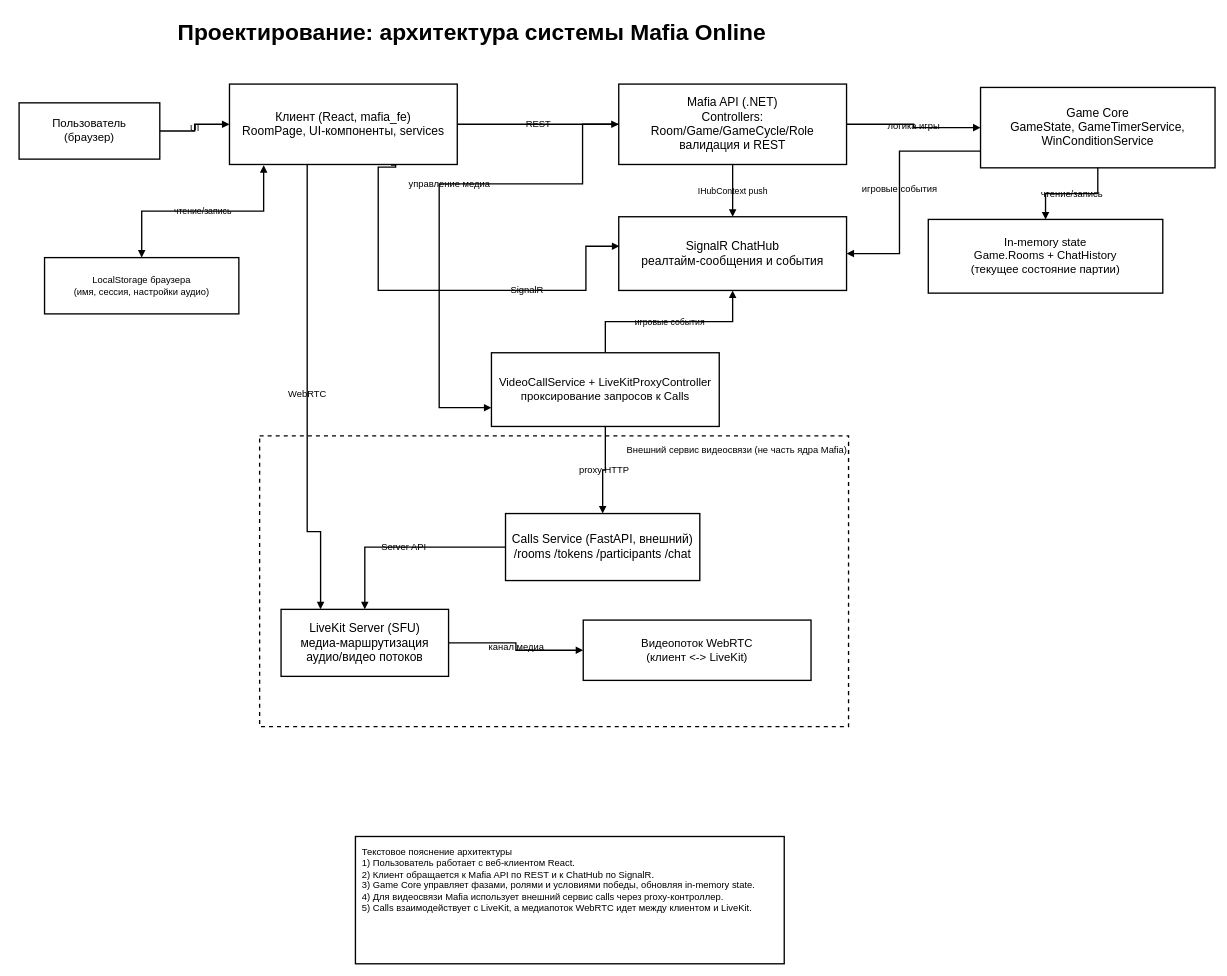
This is page "6. Архитектура" (2 of 5) of docs/diploma_schemes.drawio from Antongo22/MafiaOnline, a draw.io file, before an edit. Source tidied: cells renumbered, new cells numbered last; positions are measured from the earlier drawing's top-left corner, leaving out a move shared by most shapes. Both pictures are drawn from the tidied source at 67%, with x=0, y=0 at pixel (19, 11).
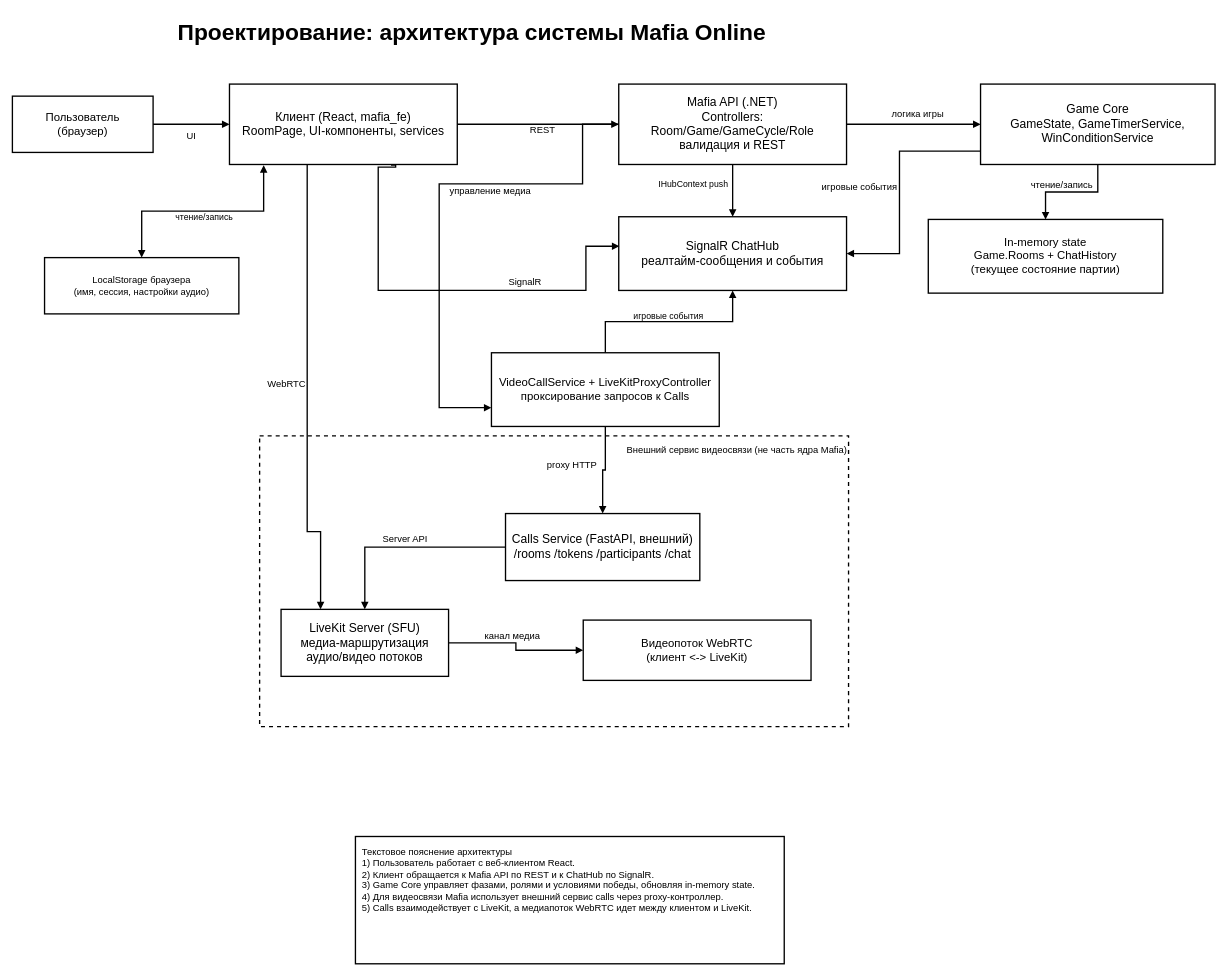
The same diagram, later.

The change refers to these unchanged cells:
```xml
<mxCell id="4" value="Клиент (React, mafia_fe)&#10;RoomPage, UI-компоненты, services" style="rounded=0;whiteSpace=wrap;html=1;fillColor=none;strokeWidth=2;fontSize=18;align=center;verticalAlign=middle;labelBackgroundColor=none;" parent="1" vertex="1">
  <mxGeometry x="314" y="108" width="340" height="120" as="geometry" />
</mxCell>
<mxCell id="5" value="LocalStorage браузера&#10;(имя, сессия, настройки аудио)" style="rounded=0;whiteSpace=wrap;html=1;fillColor=none;strokeWidth=2;fontSize=14;align=center;verticalAlign=middle;labelBackgroundColor=none;" parent="1" vertex="1">
  <mxGeometry x="38" y="367" width="290" height="84" as="geometry" />
</mxCell>
<mxCell id="6" value="Mafia API (.NET)&#10;Controllers: Room/Game/GameCycle/Role&#10;валидация и REST" style="rounded=0;whiteSpace=wrap;html=1;fillColor=none;strokeWidth=2;fontSize=18;align=center;verticalAlign=middle;labelBackgroundColor=none;" parent="1" vertex="1">
  <mxGeometry x="895" y="108" width="340" height="120" as="geometry" />
</mxCell>
<mxCell id="8" value="In-memory state&#10;Game.Rooms + ChatHistory&#10;(текущее состояние партии)" style="rounded=0;whiteSpace=wrap;html=1;fillColor=none;strokeWidth=2;fontSize=17;align=center;verticalAlign=middle;labelBackgroundColor=none;" parent="1" vertex="1">
  <mxGeometry x="1357" y="310" width="350" height="110" as="geometry" />
</mxCell>
<mxCell id="9" value="SignalR ChatHub&#10;реалтайм-сообщения и события" style="rounded=0;whiteSpace=wrap;html=1;fillColor=none;strokeWidth=2;fontSize=18;align=center;verticalAlign=middle;labelBackgroundColor=none;" parent="1" vertex="1">
  <mxGeometry x="895" y="306" width="340" height="110" as="geometry" />
</mxCell>
<mxCell id="10" value="VideoCallService + LiveKitProxyController&#10;проксирование запросов к Calls" style="rounded=0;whiteSpace=wrap;html=1;fillColor=none;strokeWidth=2;fontSize=17;align=center;verticalAlign=middle;labelBackgroundColor=none;" parent="1" vertex="1">
  <mxGeometry x="705" y="509" width="340" height="110" as="geometry" />
</mxCell>
<mxCell id="12" value="Calls Service (FastAPI, внешний)&#10;/rooms /tokens /participants /chat" style="rounded=0;whiteSpace=wrap;html=1;fillColor=none;strokeWidth=2;fontSize=18;align=center;verticalAlign=middle;labelBackgroundColor=none;" parent="1" vertex="1">
  <mxGeometry x="726" y="749" width="290" height="100" as="geometry" />
</mxCell>
<mxCell id="13" value="LiveKit Server (SFU)&#10;медиа-маршрутизация&#10;аудио/видео потоков" style="rounded=0;whiteSpace=wrap;html=1;fillColor=none;strokeWidth=2;fontSize=18;align=center;verticalAlign=middle;labelBackgroundColor=none;" parent="1" vertex="1">
  <mxGeometry x="391" y="892" width="250" height="100" as="geometry" />
</mxCell>
<mxCell id="14" value="Видеопоток WebRTC&#10;(клиент &lt;-&gt; LiveKit)" style="rounded=0;whiteSpace=wrap;html=1;fillColor=none;strokeWidth=2;fontSize=17;align=center;verticalAlign=middle;labelBackgroundColor=none;" parent="1" vertex="1">
  <mxGeometry x="842" y="908" width="340" height="90" as="geometry" />
</mxCell>
```

The edit, as a diff of the source:
```diff
@@
     <mxCell id="3" value="Пользователь&#10;(браузер)" style="rounded=0;whiteSpace=wrap;html=1;fillColor=none;strokeWidth=2;fontSize=17;align=center;verticalAlign=middle;labelBackgroundColor=none;" parent="1" vertex="1">
-      <mxGeometry y="136" width="210" height="84" as="geometry" />
+      <mxGeometry x="-10" y="126" width="210" height="84" as="geometry" />
     </mxCell>
@@
     <mxCell id="7" value="Game Core&#10;GameState, GameTimerService,&#10;WinConditionService" style="rounded=0;whiteSpace=wrap;html=1;fillColor=none;strokeWidth=2;fontSize=18;align=center;verticalAlign=middle;labelBackgroundColor=none;" parent="1" vertex="1">
-      <mxGeometry x="1435" y="113" width="350" height="120" as="geometry" />
+      <mxGeometry x="1435" y="108" width="350" height="120" as="geometry" />
     </mxCell>
@@
     <mxCell id="16" value="REST" style="edgeStyle=orthogonalEdgeStyle;rounded=0;jettySize=auto;html=1;endArrow=block;endFill=1;strokeWidth=2;fontSize=14;labelBackgroundColor=none;fontColor=default;" parent="1" edge="1" source="4" target="6">
-      <mxGeometry relative="1" as="geometry" />
+      <mxGeometry x="0.05" y="-8" relative="1" as="geometry" />
     </mxCell>
     <mxCell id="17" value="SignalR" style="edgeStyle=orthogonalEdgeStyle;rounded=0;jettySize=auto;html=1;endArrow=block;endFill=1;strokeWidth=2;fontSize=14;exitX=0.709;exitY=1.008;exitDx=0;exitDy=0;exitPerimeter=0;entryX=0.003;entryY=0.4;entryDx=0;entryDy=0;entryPerimeter=0;labelBackgroundColor=none;fontColor=default;" parent="1" edge="1" source="4" target="9">
-      <mxGeometry x="0.37" relative="1" as="geometry">
+      <mxGeometry x="0.36" y="13" relative="1" as="geometry">
         <Array as="points">
           <mxPoint x="562" y="229" />
           <mxPoint x="562" y="232" />
           <mxPoint x="536" y="232" />
           <mxPoint x="536" y="416" />
           <mxPoint x="846" y="416" />
           <mxPoint x="846" y="350" />
         </Array>
       </mxGeometry>
     </mxCell>
     <mxCell id="18" value="логика игры" style="edgeStyle=orthogonalEdgeStyle;rounded=0;jettySize=auto;html=1;endArrow=block;endFill=1;strokeWidth=2;fontSize=14;labelBackgroundColor=none;fontColor=default;" parent="1" edge="1" source="6" target="7">
-      <mxGeometry relative="1" as="geometry" />
+      <mxGeometry x="0.06" y="16" relative="1" as="geometry" />
     </mxCell>
     <mxCell id="19" value="чтение/запись" style="edgeStyle=orthogonalEdgeStyle;rounded=0;jettySize=auto;html=1;endArrow=block;endFill=1;strokeWidth=2;fontSize=14;labelBackgroundColor=none;fontColor=default;" parent="1" edge="1" source="7" target="8">
-      <mxGeometry relative="1" as="geometry" />
+      <mxGeometry x="0.19" y="-11" relative="1" as="geometry" />
     </mxCell>
     <mxCell id="20" value="игровые события" style="edgeStyle=orthogonalEdgeStyle;rounded=0;jettySize=auto;html=1;endArrow=block;endFill=1;strokeWidth=2;fontSize=14;labelBackgroundColor=none;fontColor=default;" parent="1" edge="1" source="7" target="9">
-      <mxGeometry relative="1" as="geometry">
+      <mxGeometry x="-0.01" y="-60" relative="1" as="geometry">
         <Array as="points">
           <mxPoint x="1314" y="208" />
           <mxPoint x="1314" y="361" />
         </Array>
       </mxGeometry>
     </mxCell>
     <mxCell id="21" value="управление медиа" style="edgeStyle=orthogonalEdgeStyle;rounded=0;jettySize=auto;html=1;endArrow=block;endFill=1;strokeWidth=2;fontSize=14;labelBackgroundColor=none;fontColor=default;" parent="1" edge="1" source="6" target="10">
-      <mxGeometry x="-0.11" relative="1" as="geometry">
+      <mxGeometry x="-0.27" y="11" relative="1" as="geometry">
         <Array as="points">
           <mxPoint x="841" y="168" />
           <mxPoint x="841" y="257" />
           <mxPoint x="627" y="257" />
           <mxPoint x="627" y="591" />
         </Array>
       </mxGeometry>
     </mxCell>
     <mxCell id="22" value="proxy HTTP" style="edgeStyle=orthogonalEdgeStyle;rounded=0;jettySize=auto;html=1;endArrow=block;endFill=1;strokeWidth=2;fontSize=14;labelBackgroundColor=none;fontColor=default;" parent="1" edge="1" source="10" target="12">
-      <mxGeometry relative="1" as="geometry" />
+      <mxGeometry x="0.03" y="-47" relative="1" as="geometry">
+        <mxPoint x="1" y="-7" as="offset" />
+      </mxGeometry>
     </mxCell>
     <mxCell id="23" value="Server API" style="edgeStyle=orthogonalEdgeStyle;rounded=0;jettySize=auto;html=1;endArrow=block;endFill=1;strokeWidth=2;fontSize=14;labelBackgroundColor=none;fontColor=default;" parent="1" edge="1" source="12" target="13">
-      <mxGeometry relative="1" as="geometry" />
+      <mxGeometry x="-0.01" y="-12" relative="1" as="geometry" />
     </mxCell>
     <mxCell id="24" value="WebRTC" style="edgeStyle=orthogonalEdgeStyle;rounded=0;jettySize=auto;html=1;endArrow=block;endFill=1;strokeWidth=2;fontSize=14;labelBackgroundColor=none;fontColor=default;" parent="1" edge="1" source="4" target="13">
-      <mxGeometry relative="1" as="geometry">
+      <mxGeometry x="-0.04" y="-31" relative="1" as="geometry">
         <Array as="points">
           <mxPoint x="430" y="776" />
           <mxPoint x="450" y="776" />
         </Array>
       </mxGeometry>
     </mxCell>
-    <mxCell id="25" value="канал медиа" style="edgeStyle=orthogonalEdgeStyle;rounded=0;jettySize=auto;html=1;endArrow=block;endFill=1;strokeWidth=2;fontSize=14;labelBackgroundColor=none;fontColor=default;" parent="1" edge="1" source="13" target="14">
-      <mxGeometry relative="1" as="geometry" />
+    <mxCell id="25" value="канал медиа" style="edgeStyle=orthogonalEdgeStyle;rounded=0;jettySize=auto;html=1;endArrow=block;endFill=1;strokeWidth=2;fontSize=14;labelBackgroundColor=none;fontColor=default;curved=0;" parent="1" edge="1" source="13" target="14">
+      <mxGeometry x="-0.1" y="10" relative="1" as="geometry" />
     </mxCell>
     <mxCell id="26" value="UI" style="edgeStyle=orthogonalEdgeStyle;rounded=0;jettySize=auto;html=1;endArrow=block;endFill=1;strokeWidth=2;fontSize=14;labelBackgroundColor=none;fontColor=default;" parent="1" edge="1" source="3" target="4">
-      <mxGeometry relative="1" as="geometry" />
+      <mxGeometry y="-17" relative="1" as="geometry" />
     </mxCell>
     <mxCell id="27" value="чтение/запись" style="edgeStyle=orthogonalEdgeStyle;rounded=0;jettySize=auto;html=1;endArrow=block;startArrow=block;startFill=1;endFill=1;strokeWidth=2;fontSize=13;exitX=0.15;exitY=1.008;exitDx=0;exitDy=0;exitPerimeter=0;labelBackgroundColor=none;fontColor=default;" parent="1" edge="1" source="4" target="5">
-      <mxGeometry relative="1" as="geometry" />
+      <mxGeometry x="-0.01" y="9" relative="1" as="geometry" />
     </mxCell>
     <mxCell id="28" value="IHubContext push" style="edgeStyle=orthogonalEdgeStyle;rounded=0;jettySize=auto;html=1;endArrow=block;endFill=1;strokeWidth=2;fontSize=13;labelBackgroundColor=none;fontColor=default;" parent="1" edge="1" source="6" target="9">
-      <mxGeometry relative="1" as="geometry" />
+      <mxGeometry x="-0.26" y="-59" relative="1" as="geometry" />
     </mxCell>
     <mxCell id="29" value="игровые события" style="edgeStyle=orthogonalEdgeStyle;rounded=0;jettySize=auto;html=1;endArrow=block;endFill=1;strokeWidth=2;fontSize=13;labelBackgroundColor=none;fontColor=default;" parent="1" edge="1" source="10" target="9">
-      <mxGeometry relative="1" as="geometry" />
+      <mxGeometry x="-0.01" y="9" relative="1" as="geometry" />
     </mxCell>
```
